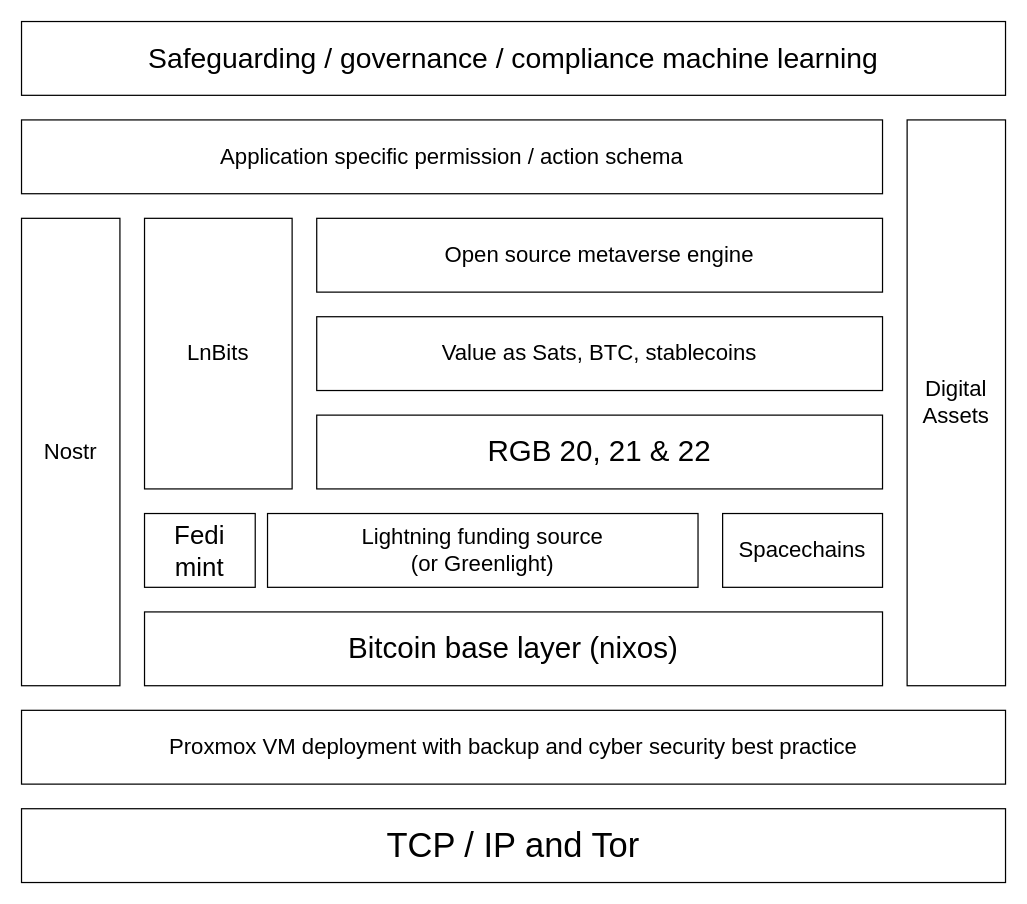
Above: Book/Images/HighLevelDiagram.drawio in jjohare/DigiSocConvergence (draw.io), before the change. Source tidied: cells renumbered, new cells numbered last; positions are measured from the earlier drawing's top-left corner, leaving out a move shared by most shapes. Both pictures are drawn from the tidied source at 123%, with x=0, y=0 at pixel (21, 21).
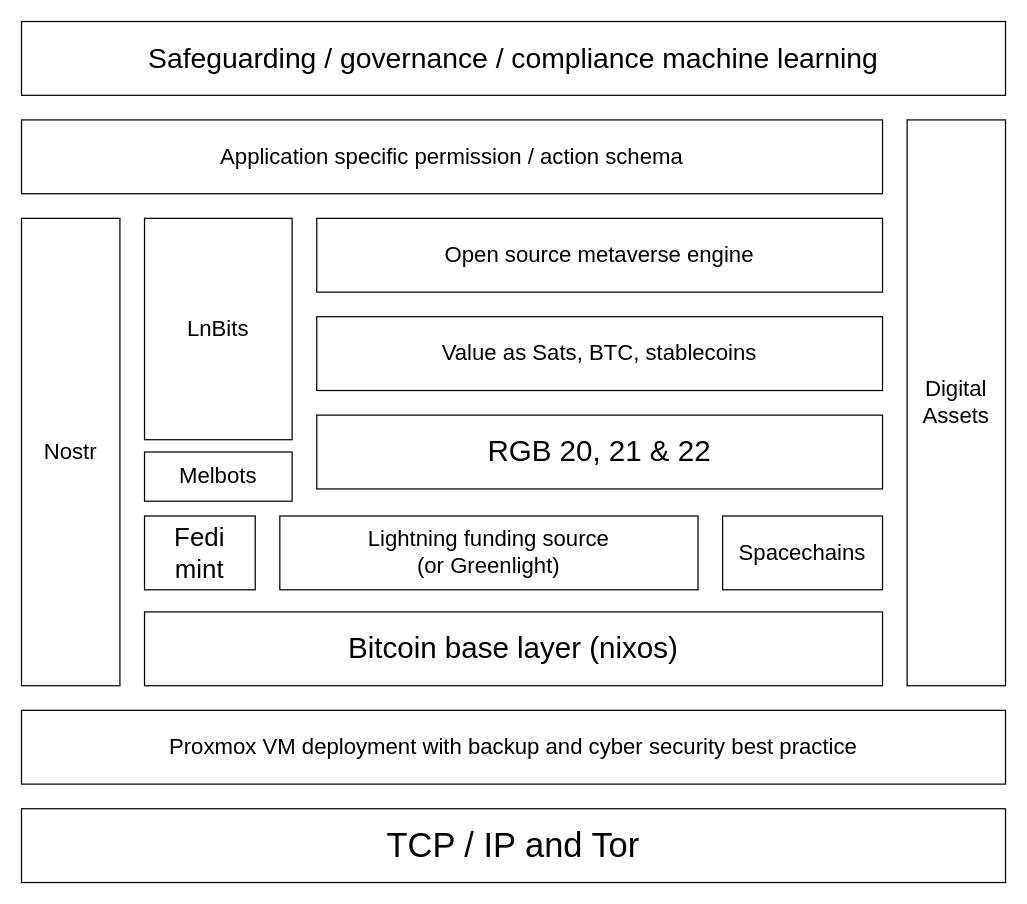
The same page after the edit.

What changed in the source:
```diff
@@
 <mxGraphModel>
   <root>
     <mxCell id="0" />
     <mxCell id="1" parent="0" />
     <mxCell id="2" value="&lt;font style=&quot;font-size: 18px&quot;&gt;Application specific permission / action schema&lt;br&gt;&lt;/font&gt;" style="rounded=0;whiteSpace=wrap;html=1;" parent="1" vertex="1">
       <mxGeometry y="80" width="700" height="60" as="geometry" />
     </mxCell>
     <mxCell id="3" value="Nostr" style="rounded=0;whiteSpace=wrap;html=1;fontSize=18;" parent="1" vertex="1">
       <mxGeometry y="160" width="80" height="380" as="geometry" />
     </mxCell>
     <mxCell id="4" value="LnBits" style="rounded=0;whiteSpace=wrap;html=1;fontSize=18;" parent="1" vertex="1">
-      <mxGeometry x="100" y="160" width="120" height="220" as="geometry" />
+      <mxGeometry x="100" y="160" width="120" height="180" as="geometry" />
     </mxCell>
     <mxCell id="5" value="&lt;font style=&quot;font-size: 18px&quot;&gt;Open source metaverse engine&lt;/font&gt;" style="rounded=0;whiteSpace=wrap;html=1;" parent="1" vertex="1">
       <mxGeometry x="240" y="160" width="460" height="60" as="geometry" />
     </mxCell>
     <mxCell id="6" value="&lt;font style=&quot;font-size: 18px&quot;&gt;Value as Sats, BTC, stablecoins&lt;br&gt;&lt;/font&gt;" style="rounded=0;whiteSpace=wrap;html=1;" parent="1" vertex="1">
       <mxGeometry x="240" y="240" width="460" height="60" as="geometry" />
     </mxCell>
     <mxCell id="7" value="&lt;font style=&quot;font-size: 24px;&quot;&gt;RGB 20, 21 &amp;amp; 22&lt;/font&gt;" style="rounded=0;whiteSpace=wrap;html=1;" parent="1" vertex="1">
       <mxGeometry x="240" y="320" width="460" height="60" as="geometry" />
     </mxCell>
     <mxCell id="8" value="&lt;div&gt;&lt;font style=&quot;font-size: 18px&quot;&gt;Lightning funding source&lt;/font&gt;&lt;/div&gt;&lt;div&gt;&lt;font style=&quot;font-size: 18px&quot;&gt;(or Greenlight)&lt;br&gt; &lt;/font&gt;&lt;/div&gt;" style="rounded=0;whiteSpace=wrap;html=1;" parent="1" vertex="1">
-      <mxGeometry x="200" y="400" width="350" height="60" as="geometry" />
+      <mxGeometry x="210" y="402" width="340" height="60" as="geometry" />
     </mxCell>
     <mxCell id="9" value="&lt;font style=&quot;font-size: 24px&quot;&gt;Bitcoin base layer (nixos)&lt;br&gt;&lt;/font&gt;" style="rounded=0;whiteSpace=wrap;html=1;" parent="1" vertex="1">
       <mxGeometry x="100" y="480" width="600" height="60" as="geometry" />
     </mxCell>
     <mxCell id="10" value="&lt;font style=&quot;font-size: 18px&quot;&gt;Proxmox VM deployment with backup and cyber security best practice&lt;/font&gt;" style="rounded=0;whiteSpace=wrap;html=1;" parent="1" vertex="1">
       <mxGeometry y="560" width="800" height="60" as="geometry" />
     </mxCell>
     <mxCell id="11" value="&lt;div&gt;Digital&lt;br&gt;&lt;/div&gt;&lt;div&gt;Assets&lt;/div&gt;" style="rounded=0;whiteSpace=wrap;html=1;fontSize=18;" parent="1" vertex="1">
       <mxGeometry x="720" y="80" width="80" height="460" as="geometry" />
     </mxCell>
     <mxCell id="12" value="&lt;font style=&quot;font-size: 18px;&quot;&gt;Spacechains&lt;/font&gt;" style="rounded=0;whiteSpace=wrap;html=1;" parent="1" vertex="1">
-      <mxGeometry x="570" y="400" width="130" height="60" as="geometry" />
+      <mxGeometry x="570" y="402" width="130" height="60" as="geometry" />
     </mxCell>
     <mxCell id="13" value="&lt;font style=&quot;font-size: 23px;&quot;&gt;Safeguarding / governance / compliance machine learning&lt;/font&gt;" style="rounded=0;whiteSpace=wrap;html=1;" parent="1" vertex="1">
       <mxGeometry width="800" height="60" as="geometry" />
     </mxCell>
     <mxCell id="14" value="&lt;font style=&quot;font-size: 28px;&quot;&gt;TCP / IP and Tor&lt;br&gt;&lt;/font&gt;" style="rounded=0;whiteSpace=wrap;html=1;" parent="1" vertex="1">
       <mxGeometry y="640" width="800" height="60" as="geometry" />
     </mxCell>
     <mxCell id="15" value="&lt;div style=&quot;font-size: 21px;&quot;&gt;&lt;font style=&quot;font-size: 21px;&quot;&gt;Fedi&lt;/font&gt;&lt;/div&gt;&lt;div style=&quot;font-size: 21px;&quot;&gt;&lt;font style=&quot;font-size: 21px;&quot;&gt;mint&lt;/font&gt;&lt;/div&gt;" style="rounded=0;whiteSpace=wrap;html=1;" parent="1" vertex="1">
-      <mxGeometry x="100" y="400" width="90" height="60" as="geometry" />
+      <mxGeometry x="100" y="402" width="90" height="60" as="geometry" />
     </mxCell>
+    <mxCell id="16" value="&lt;font style=&quot;font-size: 18px;&quot;&gt;Melbots&lt;/font&gt;" style="rounded=0;whiteSpace=wrap;html=1;" parent="1" vertex="1">
+      <mxGeometry x="100" y="350" width="120" height="40" as="geometry" />
+    </mxCell>
   </root>
 </mxGraphModel>
```
